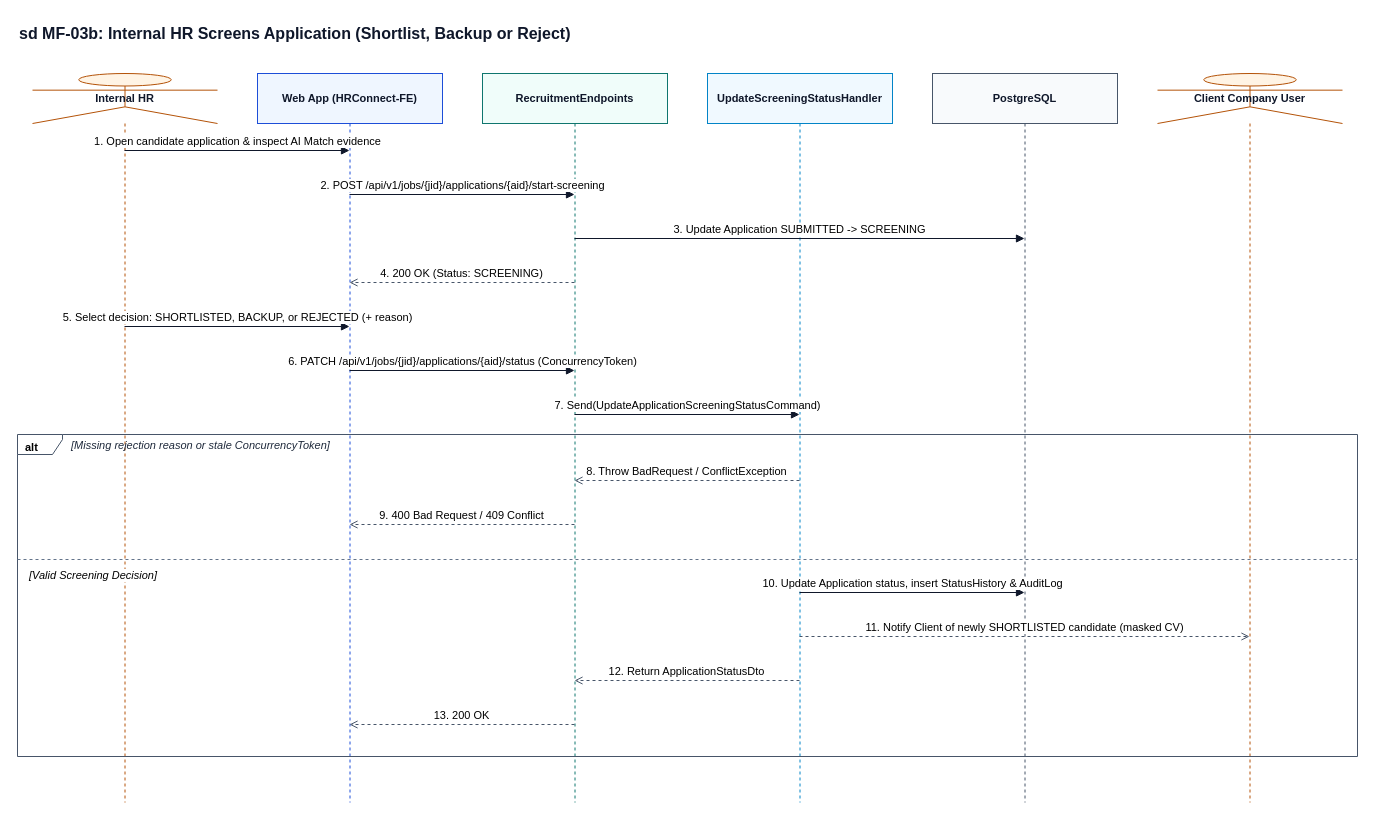
The draw.io diagram docs/diagrams/sequences/source/seq-mf03-hr-screening.drawio in hoangqui794/hr-connect, before the edit. Source tidied: cells renumbered, new cells numbered last; positions are measured from the earlier drawing's top-left corner, leaving out a move shared by most shapes. Both pictures are drawn from the tidied source at 100%, with x=0, y=0 at pixel (17, 17).
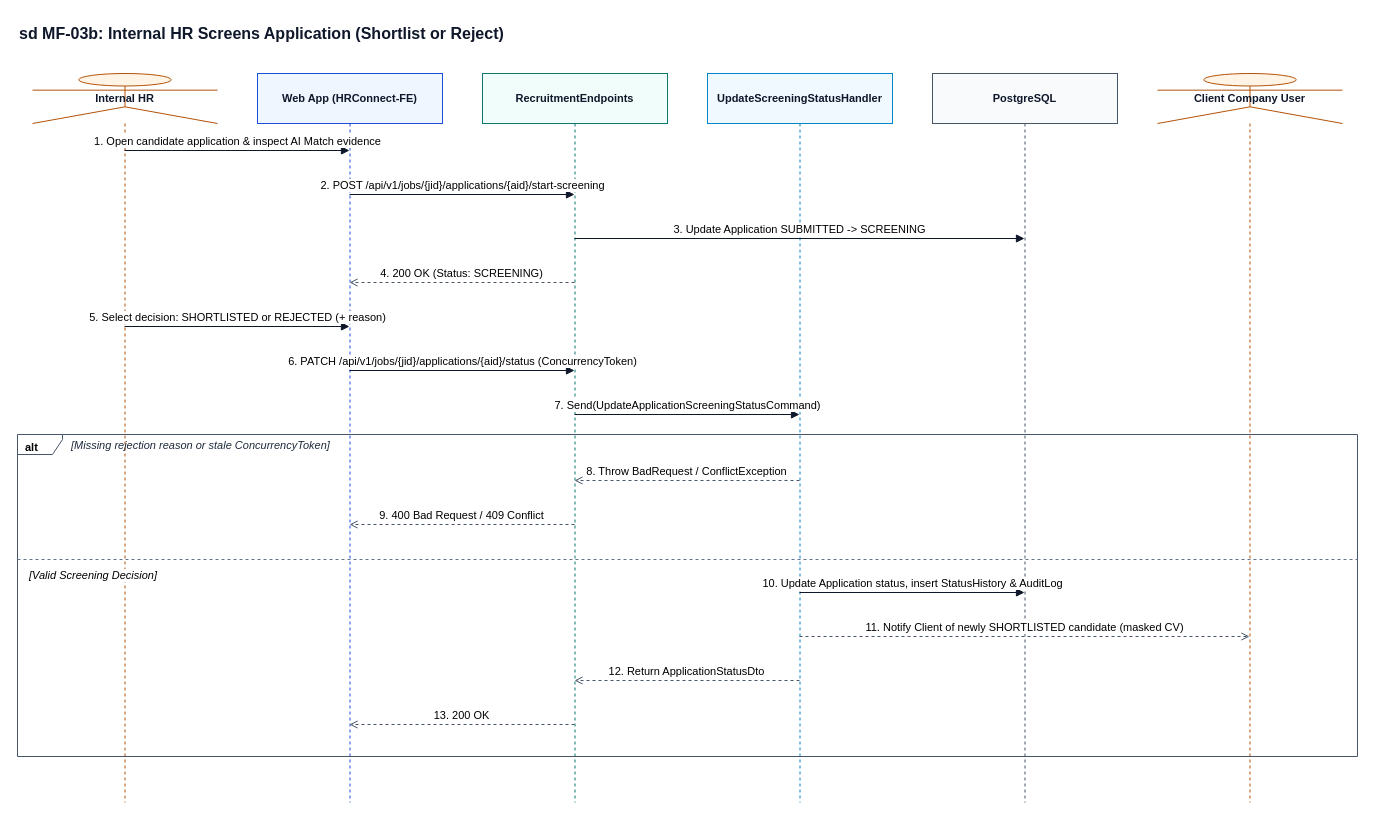
The same page after the edit.

What changed in the source:
```diff
@@
-    <mxCell id="2" value="sd MF-03b: Internal HR Screens Application (Shortlist, Backup or Reject)" style="text;html=1;fontSize=16;fontStyle=1;align=left;fontFamily=Helvetica;fontColor=#0F172A;" parent="1" vertex="1">
+    <mxCell id="2" value="sd MF-03b: Internal HR Screens Application (Shortlist or Reject)" style="text;html=1;fontSize=16;fontStyle=1;align=left;fontFamily=Helvetica;fontColor=#0F172A;" parent="1" vertex="1">
       <mxGeometry width="1350" height="28" as="geometry" />
     </mxCell>
@@
-    <mxCell id="16" value="5. Select decision: SHORTLISTED, BACKUP, or REJECTED (+ reason)" style="html=1;verticalAlign=bottom;endArrow=block;endFill=1;strokeColor=#0F172A;fontSize=11;fontFamily=Helvetica;labelBackgroundColor=#FFFFFF;" parent="1" edge="1">
+    <mxCell id="16" value="5. Select decision: SHORTLISTED or REJECTED (+ reason)" style="html=1;verticalAlign=bottom;endArrow=block;endFill=1;strokeColor=#0F172A;fontSize=11;fontFamily=Helvetica;labelBackgroundColor=#FFFFFF;" parent="1" edge="1">
       <mxGeometry relative="1" as="geometry">
         <mxPoint x="107" y="309" as="sourcePoint" />
         <mxPoint x="332" y="309" as="targetPoint" />
       </mxGeometry>
     </mxCell>
```
